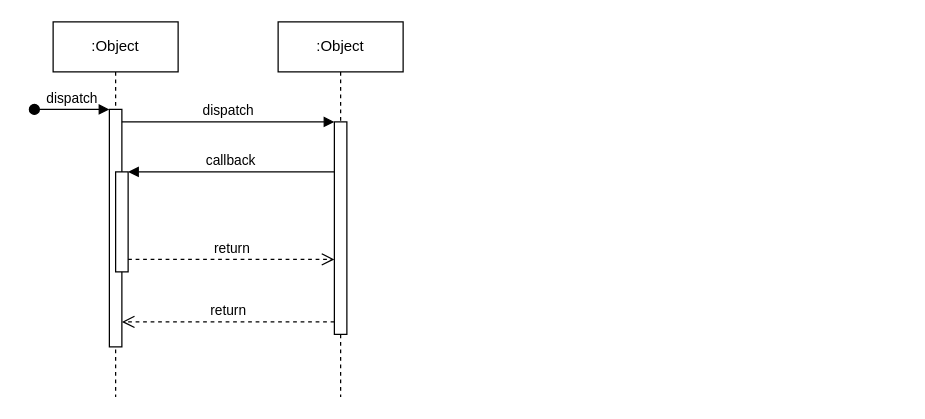
The draw.io diagram documentation/votls_recomendation_sequence.drawio in 100volts/100volts-desktop, before the edit. Source tidied: cells renumbered, new cells numbered last; positions are measured from the earlier drawing's top-left corner, leaving out a move shared by most shapes. Both pictures are drawn from the tidied source at 125%, with x=0, y=0 at pixel (34, 21).
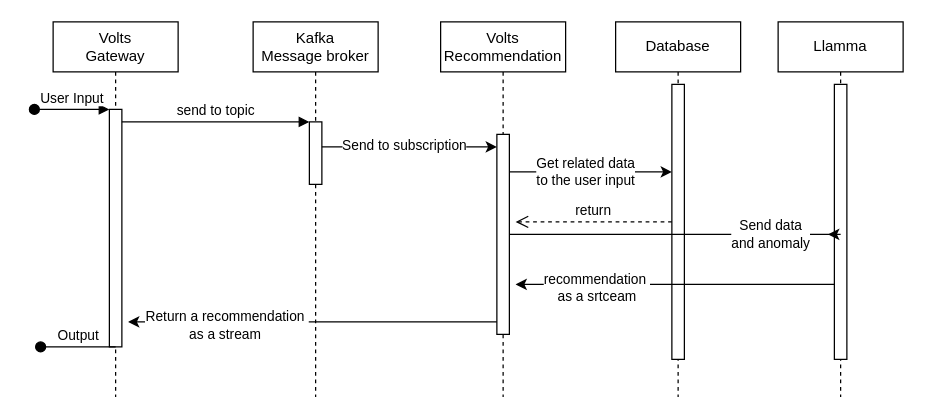
The same page after the edit.

Unchanged cells that the change refers to:
```xml
<mxCell id="3" style="html=1;points=[];perimeter=orthogonalPerimeter;outlineConnect=0;targetShapes=umlLifeline;portConstraint=eastwest;newEdgeStyle={&quot;edgeStyle&quot;:&quot;elbowEdgeStyle&quot;,&quot;elbow&quot;:&quot;vertical&quot;,&quot;curved&quot;:0,&quot;rounded&quot;:0};" parent="2" vertex="1">
  <mxGeometry x="45" y="70" width="10" height="190" as="geometry" />
</mxCell>
```

The edit, as a diff of the source:
```diff
@@
-    <mxCell id="2" value=":Object" style="shape=umlLifeline;perimeter=lifelinePerimeter;whiteSpace=wrap;html=1;newEdgeStyle={&quot;edgeStyle&quot;:&quot;elbowEdgeStyle&quot;,&quot;elbow&quot;:&quot;vertical&quot;,&quot;curved&quot;:0,&quot;rounded&quot;:0};" parent="1" vertex="1">
+    <mxCell id="2" value="Volts&lt;div&gt;Gateway&lt;/div&gt;" style="shape=umlLifeline;perimeter=lifelinePerimeter;whiteSpace=wrap;html=1;newEdgeStyle={&quot;edgeStyle&quot;:&quot;elbowEdgeStyle&quot;,&quot;elbow&quot;:&quot;vertical&quot;,&quot;curved&quot;:0,&quot;rounded&quot;:0};" parent="1" vertex="1">
       <mxGeometry x="15" width="100" height="300" as="geometry" />
     </mxCell>
@@
-    <mxCell id="4" value="dispatch" style="html=1;verticalAlign=bottom;startArrow=oval;endArrow=block;startSize=8;edgeStyle=elbowEdgeStyle;elbow=vertical;curved=0;rounded=0;" parent="2" edge="1" target="3">
+    <mxCell id="4" value="User Input" style="html=1;verticalAlign=bottom;startArrow=oval;endArrow=block;startSize=8;edgeStyle=elbowEdgeStyle;elbow=vertical;curved=0;rounded=0;" parent="2" edge="1" target="3">
       <mxGeometry relative="1" as="geometry">
         <mxPoint x="-15" y="70" as="sourcePoint" />
       </mxGeometry>
     </mxCell>
-    <mxCell id="5" style="html=1;points=[];perimeter=orthogonalPerimeter;outlineConnect=0;targetShapes=umlLifeline;portConstraint=eastwest;newEdgeStyle={&quot;edgeStyle&quot;:&quot;elbowEdgeStyle&quot;,&quot;elbow&quot;:&quot;vertical&quot;,&quot;curved&quot;:0,&quot;rounded&quot;:0};" parent="2" vertex="1">
-      <mxGeometry x="50" y="120" width="10" height="80" as="geometry" />
-    </mxCell>
-    <mxCell id="6" value=":Object" style="shape=umlLifeline;perimeter=lifelinePerimeter;whiteSpace=wrap;html=1;newEdgeStyle={&quot;edgeStyle&quot;:&quot;elbowEdgeStyle&quot;,&quot;elbow&quot;:&quot;vertical&quot;,&quot;curved&quot;:0,&quot;rounded&quot;:0};" parent="1" vertex="1">
-      <mxGeometry x="195" width="100" height="300" as="geometry" />
+    <mxCell id="6" value="Kafka&lt;div&gt;Message broker&lt;/div&gt;" style="shape=umlLifeline;perimeter=lifelinePerimeter;whiteSpace=wrap;html=1;newEdgeStyle={&quot;edgeStyle&quot;:&quot;elbowEdgeStyle&quot;,&quot;elbow&quot;:&quot;vertical&quot;,&quot;curved&quot;:0,&quot;rounded&quot;:0};" parent="1" vertex="1">
+      <mxGeometry x="175" width="100" height="300" as="geometry" />
     </mxCell>
     <mxCell id="7" style="html=1;points=[];perimeter=orthogonalPerimeter;outlineConnect=0;targetShapes=umlLifeline;portConstraint=eastwest;newEdgeStyle={&quot;edgeStyle&quot;:&quot;elbowEdgeStyle&quot;,&quot;elbow&quot;:&quot;vertical&quot;,&quot;curved&quot;:0,&quot;rounded&quot;:0};" parent="6" vertex="1">
-      <mxGeometry x="45" y="80" width="10" height="170" as="geometry" />
+      <mxGeometry x="45" y="80" width="10" height="50" as="geometry" />
     </mxCell>
-    <mxCell id="8" value="dispatch" style="html=1;verticalAlign=bottom;endArrow=block;edgeStyle=elbowEdgeStyle;elbow=vertical;curved=0;rounded=0;" parent="1" edge="1" source="3" target="7">
+    <mxCell id="8" value="send to topic" style="html=1;verticalAlign=bottom;endArrow=block;edgeStyle=elbowEdgeStyle;elbow=vertical;curved=0;rounded=0;" parent="1" edge="1" source="3" target="7">
       <mxGeometry relative="1" as="geometry">
         <Array as="points">
           <mxPoint x="155" y="80" />
         </Array>
       </mxGeometry>
     </mxCell>
-    <mxCell id="9" value="return" style="html=1;verticalAlign=bottom;endArrow=open;dashed=1;endSize=8;edgeStyle=elbowEdgeStyle;elbow=vertical;curved=0;rounded=0;" parent="1" edge="1" source="7" target="3">
-      <mxGeometry relative="1" as="geometry">
-        <Array as="points">
-          <mxPoint x="165" y="240" />
-        </Array>
-      </mxGeometry>
-    </mxCell>
-    <mxCell id="10" value="callback" style="html=1;verticalAlign=bottom;endArrow=block;edgeStyle=elbowEdgeStyle;elbow=vertical;curved=0;rounded=0;" parent="1" edge="1" source="7" target="5">
-      <mxGeometry relative="1" as="geometry">
-        <Array as="points">
-          <mxPoint x="165" y="120" />
-        </Array>
-      </mxGeometry>
-    </mxCell>
-    <mxCell id="11" value="return" style="html=1;verticalAlign=bottom;endArrow=open;dashed=1;endSize=8;edgeStyle=elbowEdgeStyle;elbow=vertical;curved=0;rounded=0;" parent="1" edge="1" source="5" target="7">
-      <mxGeometry relative="1" as="geometry">
-        <Array as="points">
-          <mxPoint x="155" y="190" />
-        </Array>
-      </mxGeometry>
-    </mxCell>
+    <mxCell id="12" value="Llamma" style="shape=umlLifeline;perimeter=lifelinePerimeter;whiteSpace=wrap;html=1;newEdgeStyle={&quot;edgeStyle&quot;:&quot;elbowEdgeStyle&quot;,&quot;elbow&quot;:&quot;vertical&quot;,&quot;curved&quot;:0,&quot;rounded&quot;:0};" parent="1" vertex="1">
+      <mxGeometry x="595" width="100" height="300" as="geometry" />
+    </mxCell>
+    <mxCell id="13" style="html=1;perimeter=orthogonalPerimeter;targetShapes=umlLifeline;newEdgeStyle={&quot;edgeStyle&quot;:&quot;elbowEdgeStyle&quot;,&quot;elbow&quot;:&quot;vertical&quot;,&quot;curved&quot;:0,&quot;rounded&quot;:0};" parent="12" vertex="1">
+      <mxGeometry x="45" y="50" width="10" height="220" as="geometry" />
+    </mxCell>
+    <mxCell id="14" value="Volts&lt;div&gt;Recommendation&lt;/div&gt;" style="shape=umlLifeline;perimeter=lifelinePerimeter;whiteSpace=wrap;html=1;newEdgeStyle={&quot;edgeStyle&quot;:&quot;elbowEdgeStyle&quot;,&quot;elbow&quot;:&quot;vertical&quot;,&quot;curved&quot;:0,&quot;rounded&quot;:0};" parent="1" vertex="1">
+      <mxGeometry x="325" width="100" height="300" as="geometry" />
+    </mxCell>
+    <mxCell id="15" style="html=1;points=[];perimeter=orthogonalPerimeter;outlineConnect=0;targetShapes=umlLifeline;portConstraint=eastwest;newEdgeStyle={&quot;edgeStyle&quot;:&quot;elbowEdgeStyle&quot;,&quot;elbow&quot;:&quot;vertical&quot;,&quot;curved&quot;:0,&quot;rounded&quot;:0};" parent="14" vertex="1">
+      <mxGeometry x="45" y="90" width="10" height="160" as="geometry" />
+    </mxCell>
+    <mxCell id="16" style="edgeStyle=elbowEdgeStyle;rounded=0;orthogonalLoop=1;jettySize=auto;html=1;elbow=vertical;curved=0;" parent="1" edge="1">
+      <mxGeometry relative="1" as="geometry">
+        <mxPoint x="230" y="100" as="sourcePoint" />
+        <mxPoint x="370" y="100" as="targetPoint" />
+      </mxGeometry>
+    </mxCell>
+    <mxCell id="17" value="Send to subscription" style="edgeLabel;html=1;align=center;verticalAlign=middle;" parent="16" vertex="1">
+      <mxGeometry x="-0.18" y="2" relative="1" as="geometry">
+        <mxPoint x="8" as="offset" />
+      </mxGeometry>
+    </mxCell>
+    <mxCell id="18" value="Database" style="shape=umlLifeline;perimeter=lifelinePerimeter;whiteSpace=wrap;html=1;newEdgeStyle={&quot;edgeStyle&quot;:&quot;elbowEdgeStyle&quot;,&quot;elbow&quot;:&quot;vertical&quot;,&quot;curved&quot;:0,&quot;rounded&quot;:0};" parent="1" vertex="1">
+      <mxGeometry x="465" width="100" height="300" as="geometry" />
+    </mxCell>
+    <mxCell id="19" style="html=1;points=[];perimeter=orthogonalPerimeter;outlineConnect=0;targetShapes=umlLifeline;portConstraint=eastwest;newEdgeStyle={&quot;edgeStyle&quot;:&quot;elbowEdgeStyle&quot;,&quot;elbow&quot;:&quot;vertical&quot;,&quot;curved&quot;:0,&quot;rounded&quot;:0};" parent="18" vertex="1">
+      <mxGeometry x="45" y="50" width="10" height="220" as="geometry" />
+    </mxCell>
+    <mxCell id="20" style="edgeStyle=elbowEdgeStyle;rounded=0;jettySize=auto;html=1;elbow=vertical;curved=0;" parent="1" edge="1" target="19">
+      <mxGeometry relative="1" as="geometry">
+        <mxPoint x="380" y="120" as="sourcePoint" />
+      </mxGeometry>
+    </mxCell>
+    <mxCell id="21" value="Get related data&lt;div&gt;to the user input&lt;/div&gt;" style="edgeLabel;html=1;align=center;verticalAlign=middle;" parent="20" vertex="1">
+      <mxGeometry x="-0.08" y="1" relative="1" as="geometry" />
+    </mxCell>
+    <mxCell id="22" value="return" style="html=1;verticalAlign=bottom;endArrow=open;dashed=1;endSize=8;edgeStyle=elbowEdgeStyle;elbow=vertical;curved=0;rounded=0;" parent="1" edge="1" source="19">
+      <mxGeometry relative="1" as="geometry">
+        <mxPoint x="385" y="160" as="targetPoint" />
+        <Array as="points">
+          <mxPoint x="460" y="160" />
+        </Array>
+      </mxGeometry>
+    </mxCell>
+    <mxCell id="23" style="edgeStyle=elbowEdgeStyle;rounded=0;jettySize=auto;html=1;elbow=vertical;curved=0;" parent="1" edge="1" source="15">
+      <mxGeometry relative="1" as="geometry">
+        <mxPoint x="635" y="170" as="targetPoint" />
+        <Array as="points">
+          <mxPoint x="645" y="170" />
+        </Array>
+      </mxGeometry>
+    </mxCell>
+    <mxCell id="24" value="Send data&lt;div&gt;and anomaly&lt;/div&gt;" style="edgeLabel;html=1;align=center;verticalAlign=middle;" parent="23" vertex="1">
+      <mxGeometry x="0.51" y="1" relative="1" as="geometry" />
+    </mxCell>
+    <mxCell id="25" style="edgeStyle=elbowEdgeStyle;rounded=0;orthogonalLoop=1;jettySize=auto;html=1;elbow=vertical;curved=0;" parent="1" edge="1">
+      <mxGeometry relative="1" as="geometry">
+        <mxPoint x="640" y="210" as="sourcePoint" />
+        <mxPoint x="385" y="210" as="targetPoint" />
+      </mxGeometry>
+    </mxCell>
+    <mxCell id="26" value="recommendation&amp;nbsp;&lt;div&gt;as a srtceam&lt;/div&gt;" style="edgeLabel;html=1;align=center;verticalAlign=middle;" parent="25" vertex="1">
+      <mxGeometry x="0.5" y="2" relative="1" as="geometry" />
+    </mxCell>
+    <mxCell id="27" style="edgeStyle=elbowEdgeStyle;rounded=0;orthogonalLoop=1;jettySize=auto;html=1;elbow=vertical;curved=0;" parent="1" edge="1">
+      <mxGeometry relative="1" as="geometry">
+        <mxPoint x="370" y="240" as="sourcePoint" />
+        <mxPoint x="75" y="240" as="targetPoint" />
+      </mxGeometry>
+    </mxCell>
+    <mxCell id="28" value="Return a recommendation&amp;nbsp;&lt;div&gt;as a stream&amp;nbsp;&lt;/div&gt;" style="edgeLabel;html=1;align=center;verticalAlign=middle;" parent="27" vertex="1">
+      <mxGeometry x="0.47" y="3" relative="1" as="geometry">
+        <mxPoint y="-1" as="offset" />
+      </mxGeometry>
+    </mxCell>
+    <mxCell id="29" value="Output" style="html=1;verticalAlign=bottom;startArrow=oval;endArrow=none;startSize=8;edgeStyle=elbowEdgeStyle;elbow=vertical;curved=0;rounded=0;endFill=0;" parent="1" edge="1">
+      <mxGeometry relative="1" as="geometry">
+        <mxPoint x="5" y="260" as="sourcePoint" />
+        <mxPoint x="65" y="260" as="targetPoint" />
+      </mxGeometry>
+    </mxCell>
```
